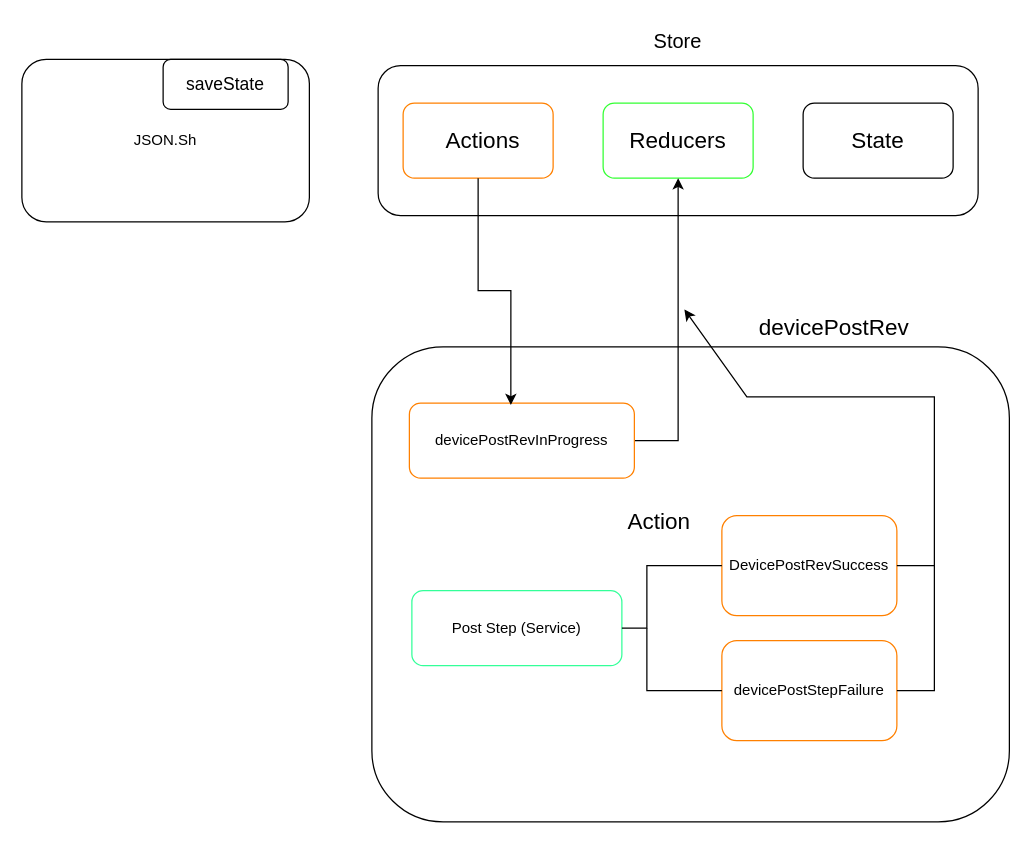
Before: Diagrama sin título.drawio in myrnitax/react-portfolio, a draw.io diagram. Source tidied: cells renumbered, new cells numbered last; positions are measured from the earlier drawing's top-left corner, leaving out a move shared by most shapes. Both pictures are drawn from the tidied source at 125%, with x=0, y=0 at pixel (21, 21).
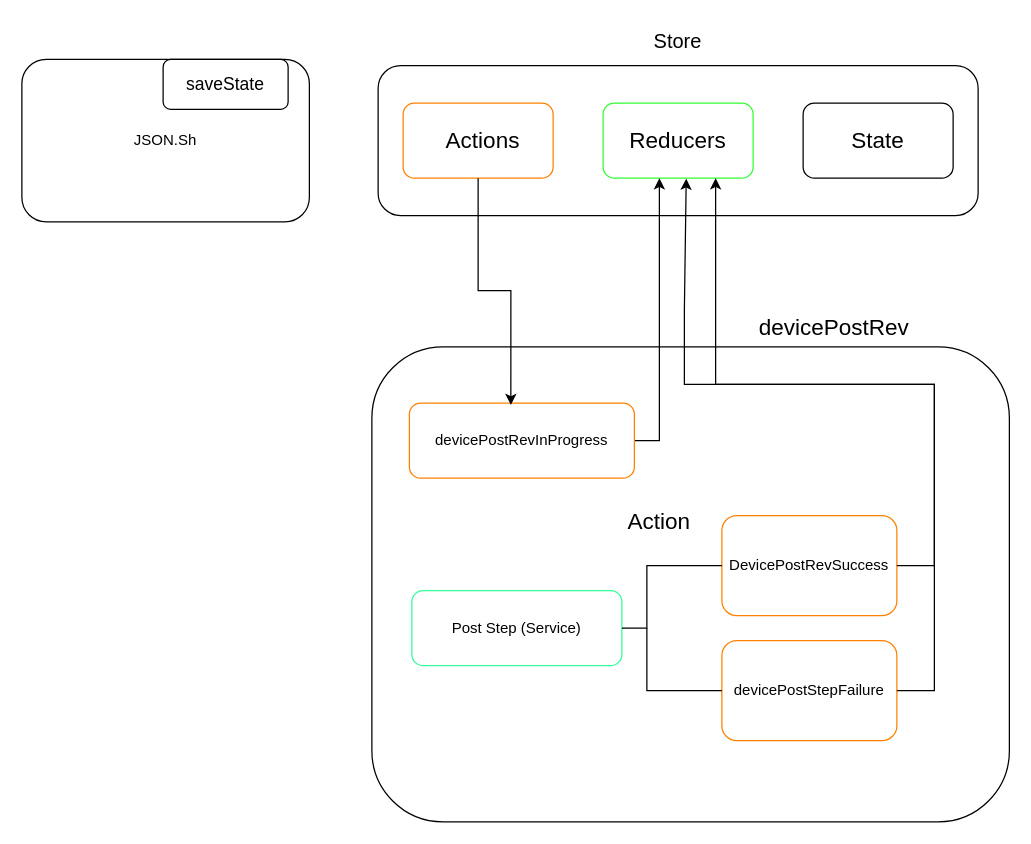
The same page after the edit.

Unchanged cells that the change refers to:
```xml
<mxCell id="6" style="rounded=1;whiteSpace=wrap;html=1;strokeColor=#33FF33;" parent="1" vertex="1">
  <mxGeometry x="465" y="65" width="120" height="60" as="geometry" />
</mxCell>
<mxCell id="15" value="devicePostRevInProgress" style="rounded=1;whiteSpace=wrap;html=1;strokeColor=#FF8000;" parent="1" vertex="1">
  <mxGeometry x="310" y="305" width="180" height="60" as="geometry" />
</mxCell>
<mxCell id="17" value="DevicePostRevSuccess" style="rounded=1;whiteSpace=wrap;html=1;strokeColor=#FF8000;" parent="1" vertex="1">
  <mxGeometry x="560" y="395" width="140" height="80" as="geometry" />
</mxCell>
<mxCell id="18" value="devicePostStepFailure" style="rounded=1;whiteSpace=wrap;html=1;strokeColor=#FF8000;" parent="1" vertex="1">
  <mxGeometry x="560" y="495" width="140" height="80" as="geometry" />
</mxCell>
```

What changed in the source:
```diff
@@
-    <mxCell id="14" style="edgeStyle=orthogonalEdgeStyle;rounded=0;jettySize=auto;html=1;exitX=1;exitY=0.5;exitDx=0;exitDy=0;entryX=0.5;entryY=1;entryDx=0;entryDy=0;" parent="1" edge="1" source="15" target="6">
-      <mxGeometry relative="1" as="geometry" />
+    <mxCell id="14" style="edgeStyle=orthogonalEdgeStyle;rounded=0;jettySize=auto;html=1;exitX=1;exitY=0.5;exitDx=0;exitDy=0;" parent="1" edge="1" source="15">
+      <mxGeometry relative="1" as="geometry">
+        <mxPoint x="510" y="125" as="targetPoint" />
+        <Array as="points">
+          <mxPoint x="510" y="335" />
+          <mxPoint x="510" y="125" />
+        </Array>
+      </mxGeometry>
     </mxCell>
@@
-    <mxCell id="24" style="endArrow=none;html=1;rounded=0;exitX=1;exitY=0.5;exitDx=0;exitDy=0;" parent="1" edge="1" source="17">
-      <mxGeometry relative="1" as="geometry">
-        <mxPoint x="730" y="435" as="targetPoint" />
-        <Array as="points">
-          <mxPoint x="700" y="435" />
-        </Array>
-      </mxGeometry>
-    </mxCell>
-    <mxCell id="25" style="endArrow=classic;html=1;rounded=0;" parent="1" edge="1" source="18">
+    <mxCell id="25" style="endArrow=classic;html=1;rounded=0;entryX=0.75;entryY=1;entryDx=0;entryDy=0;" parent="1" edge="1" source="18" target="6">
       <mxGeometry relative="1" as="geometry">
-        <mxPoint x="530" y="230" as="targetPoint" />
         <Array as="points">
           <mxPoint x="730" y="535" />
-          <mxPoint x="730" y="300" />
-          <mxPoint x="580" y="300" />
+          <mxPoint x="730" y="290" />
+          <mxPoint x="640" y="290" />
+          <mxPoint x="555" y="290" />
         </Array>
       </mxGeometry>
     </mxCell>
@@
+    <mxCell id="27" style="endArrow=classic;html=1;rounded=0;exitX=1;exitY=0.5;exitDx=0;exitDy=0;entryX=0.554;entryY=1.007;entryDx=0;entryDy=0;entryPerimeter=0;" parent="1" edge="1" source="17" target="6">
+      <mxGeometry relative="1" as="geometry">
+        <Array as="points">
+          <mxPoint x="730" y="435" />
+          <mxPoint x="730" y="290" />
+          <mxPoint x="610" y="290" />
+          <mxPoint x="530" y="290" />
+          <mxPoint x="530" y="230" />
+        </Array>
+      </mxGeometry>
+    </mxCell>
```
